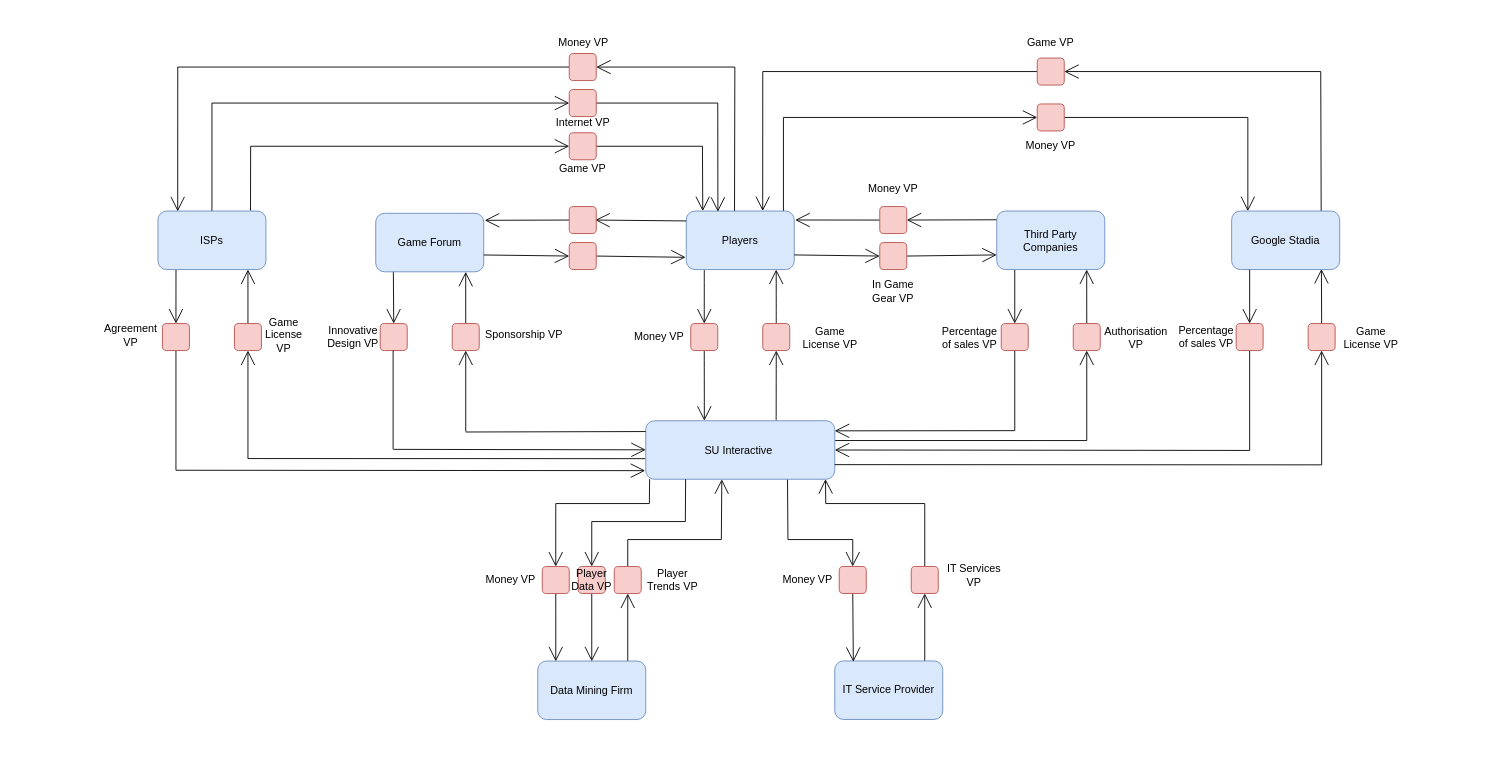
Before: IS1.drawio in NishChahar/Uni-Assignments, a draw.io diagram. Source tidied: cells renumbered, new cells numbered last; positions are measured from the earlier drawing's top-left corner, leaving out a move shared by most shapes. Both pictures are drawn from the tidied source at 90%, with x=0, y=0 at pixel (112, 33).
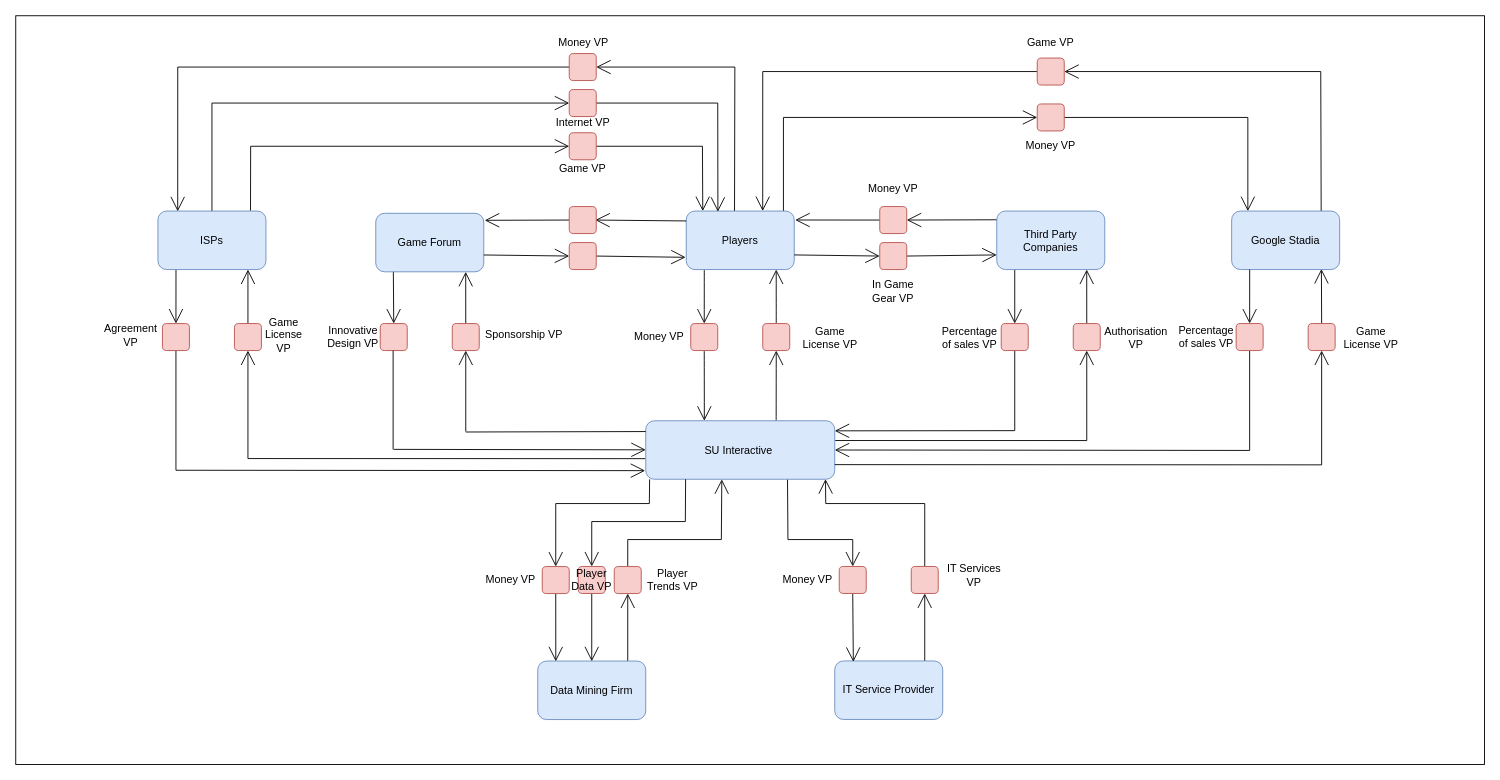
The same diagram, later.

Change to the diagram source:
```diff
@@
+    <mxCell id="106" style="rounded=0;whiteSpace=wrap;html=1;hachureGap=4;" parent="1" vertex="1">
+      <mxGeometry x="-108" y="-20" width="1632" height="832" as="geometry" />
+    </mxCell>
```
